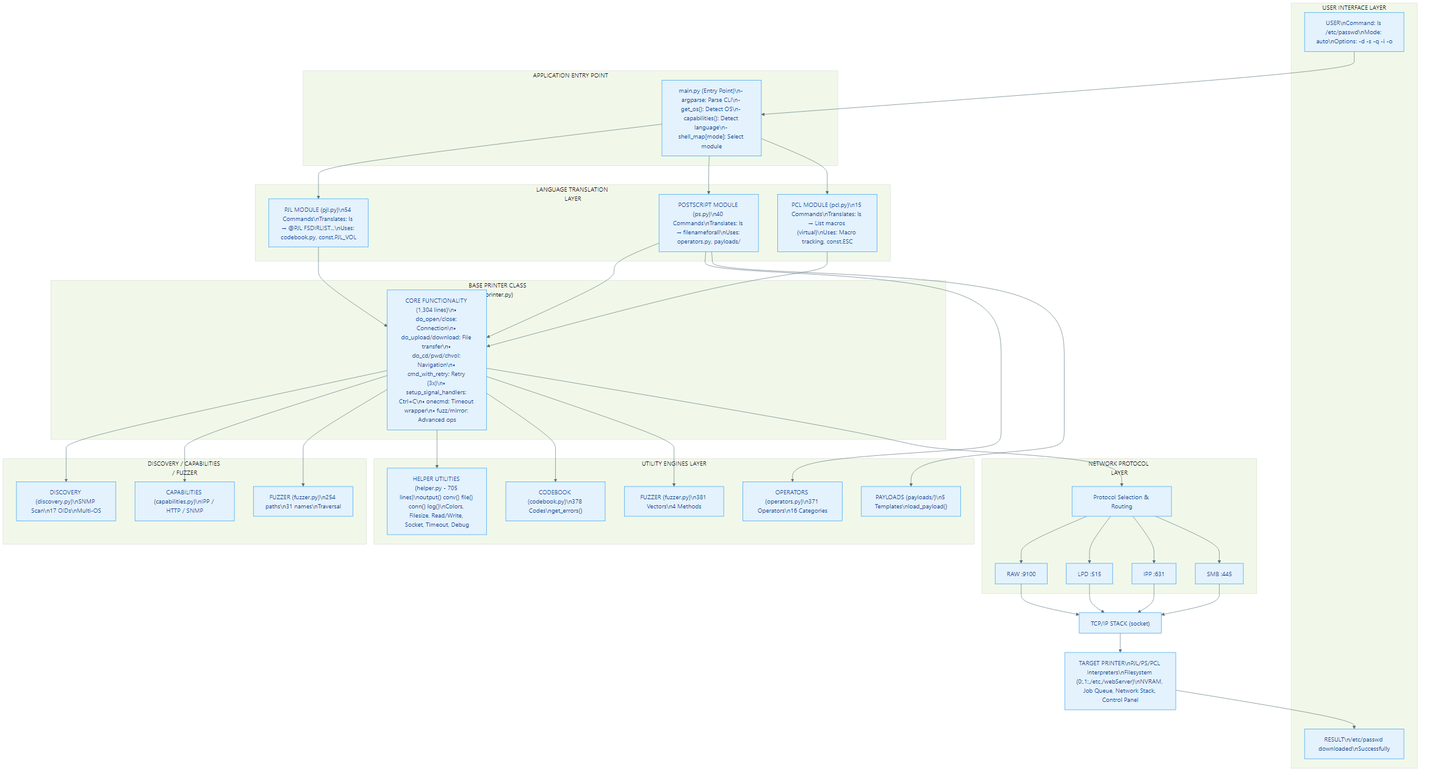
mrhenrike/PrinterXPL-Forge keeps this Mermaid diagram as diagrams/png/architecture_ascii_visual.png. Above is the earlier version. Its source is kept beside it as diagrams/architecture_ascii_visual.mmd.
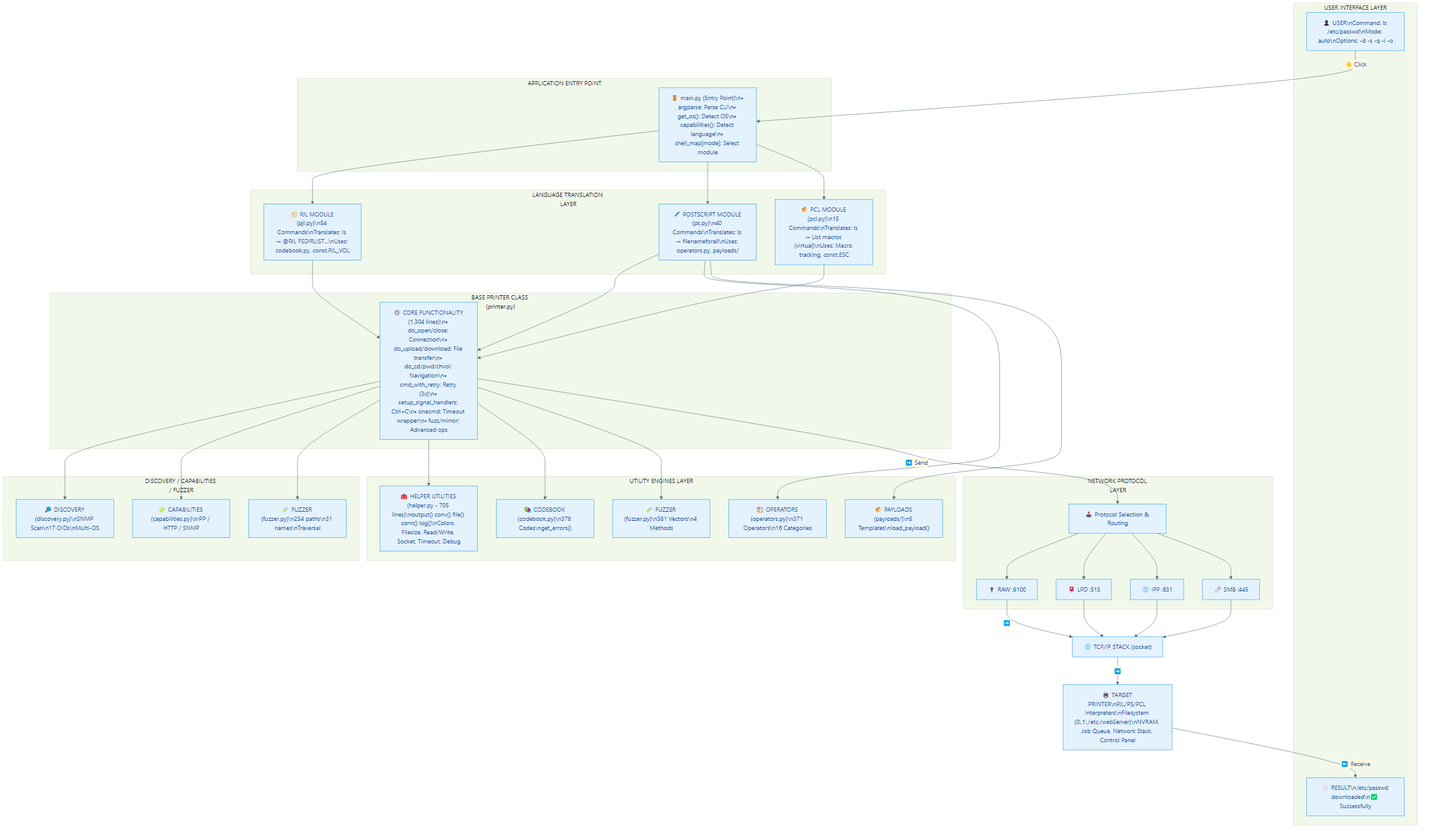
Later version of the same file.

Commit message:
docs(diagrams): add emojis and user-friendly labels (Click → Send → Receive) and regenerate all PNGs at scale=3

Change to the diagram source:
```diff
@@ -1,50 +1,50 @@
 flowchart TB
 
   subgraph UIL["USER INTERFACE LAYER"]
-    U["USER\nCommand: ls /etc/passwd\nMode: auto\nOptions: -d -s -q -i -o"]
-    RSLT["RESULT\n/etc/passwd downloaded\nSuccessfully"]
+  U["👤 USER\nCommand: ls /etc/passwd\nMode: auto\nOptions: -d -s -q -i -o"]
+  RSLT["📄 RESULT\n/etc/passwd downloaded\n✅ Successfully"]
   end
 
   subgraph EP["APPLICATION ENTRY POINT"]
-    MAIN["main.py (Entry Point)\n- argparse: Parse CLI\n- get_os(): Detect OS\n- capabilities(): Detect language\n- shell_map[mode]: Select module"]
+    MAIN["🚪 main.py (Entry Point)\n• argparse: Parse CLI\n• get_os(): Detect OS\n• capabilities(): Detect language\n• shell_map[mode]: Select module"]
   end
 
   subgraph LTL["LANGUAGE TRANSLATION LAYER"]
-    PJL["PJL MODULE (pjl.py)\n54 Commands\nTranslates: ls → @PJL FSDIRLIST...\nUses: codebook.py, const.PJL_VOL"]
-    PS["POSTSCRIPT MODULE (ps.py)\n40 Commands\nTranslates: ls → filenameforall\nUses: operators.py, payloads/"]
-    PCL["PCL MODULE (pcl.py)\n15 Commands\nTranslates: ls → List macros (virtual)\nUses: Macro tracking, const.ESC"]
+    PJL["🧭 PJL MODULE (pjl.py)\n54 Commands\nTranslates: ls → @PJL FSDIRLIST...\nUses: codebook.py, const.PJL_VOL"]
+    PS["🖋️ POSTSCRIPT MODULE (ps.py)\n40 Commands\nTranslates: ls → filenameforall\nUses: operators.py, payloads/"]
+    PCL["📦 PCL MODULE (pcl.py)\n15 Commands\nTranslates: ls → List macros (virtual)\nUses: Macro tracking, const.ESC"]
   end
 
   subgraph BPC["BASE PRINTER CLASS (printer.py)"]
-  CORE["CORE FUNCTIONALITY (1,304 lines)\n• do_open/close: Connection\n• do_upload/download: File transfer\n• do_cd/pwd/chvol: Navigation\n• cmd_with_retry: Retry (3x)\n• setup_signal_handlers: Ctrl+C\n• onecmd: Timeout wrapper\n• fuzz/mirror: Advanced ops"]
+    CORE["⚙️ CORE FUNCTIONALITY (1,304 lines)\n• do_open/close: Connection\n• do_upload/download: File transfer\n• do_cd/pwd/chvol: Navigation\n• cmd_with_retry: Retry (3x)\n• setup_signal_handlers: Ctrl+C\n• onecmd: Timeout wrapper\n• fuzz/mirror: Advanced ops"]
   end
 
   subgraph DCF["DISCOVERY / CAPABILITIES / FUZZER"]
-    DISC["DISCOVERY (discovery.py)\nSNMP Scan\n17 OIDs\nMulti-OS"]
-    CAP["CAPABILITIES (capabilities.py)\nIPP / HTTP / SNMP"]
-    FZZ["FUZZER (fuzzer.py)\n254 paths\n31 names\nTraversal"]
+    DISC["🔎 DISCOVERY (discovery.py)\nSNMP Scan\n17 OIDs\nMulti-OS"]
+    CAP["🧩 CAPABILITIES (capabilities.py)\nIPP / HTTP / SNMP"]
+    FZZ["🧪 FUZZER (fuzzer.py)\n254 paths\n31 names\nTraversal"]
   end
 
   subgraph UEL["UTILITY ENGINES LAYER"]
-    HLP["HELPER UTILITIES (helper.py - 705 lines)\noutput() conv() file() conn() log()\nColors, Filesize, Read/Write, Socket, Timeout, Debug"]
-    CBK["CODEBOOK (codebook.py)\n378 Codes\nget_errors()"]
-    OPS["OPERATORS (operators.py)\n371 Operators\n16 Categories"]
-    PAY["PAYLOADS (payloads/)\n5 Templates\nload_payload()"]
-    FZ2["FUZZER (fuzzer.py)\n381 Vectors\n4 Methods"]
+    HLP["🧰 HELPER UTILITIES (helper.py - 705 lines)\noutput() conv() file() conn() log()\nColors, Filesize, Read/Write, Socket, Timeout, Debug"]
+    CBK["📚 CODEBOOK (codebook.py)\n378 Codes\nget_errors()"]
+    OPS["🧮 OPERATORS (operators.py)\n371 Operators\n16 Categories"]
+    PAY["📦 PAYLOADS (payloads/)\n5 Templates\nload_payload()"]
+    FZ2["🧪 FUZZER (fuzzer.py)\n381 Vectors\n4 Methods"]
   end
 
   subgraph NPL["NETWORK PROTOCOL LAYER"]
-    ROUTE["Protocol Selection & Routing"]
-    RAW["RAW :9100"]
-    LPD["LPD :515"]
-    IPP["IPP :631"]
-    SMB["SMB :445"]
+    ROUTE["🕹️ Protocol Selection & Routing"]
+    RAW["🔌 RAW :9100"]
+    LPD["📮 LPD :515"]
+    IPP["🌐 IPP :631"]
+    SMB["🧷 SMB :445"]
   end
 
-  TCP["TCP/IP STACK (socket)"]
-  PRN["TARGET PRINTER\nPJL/PS/PCL Interpreters\nFilesystem (0:,1:,/etc,/webServer)\nNVRAM, Job Queue, Network Stack, Control Panel"]
+  TCP["🌐 TCP/IP STACK (socket)"]
+  PRN["🖨️ TARGET PRINTER\nPJL/PS/PCL Interpreters\nFilesystem (0:,1:,/etc,/webServer)\nNVRAM, Job Queue, Network Stack, Control Panel"]
 
-  U --> MAIN
+  U -->|👆 Click| MAIN
   MAIN --> PJL
   MAIN --> PS
   MAIN --> PCL
@@ -59,13 +59,13 @@
   CORE --> FZ2
   PS --> OPS
   PS --> PAY
-  CORE --> ROUTE
+  CORE -->|➡️ Send| ROUTE
   ROUTE --> RAW
   ROUTE --> LPD
   ROUTE --> IPP
   ROUTE --> SMB
-  RAW --> TCP --> PRN
+  RAW -->|➡️| TCP -->|➡️| PRN
   LPD --> TCP
   IPP --> TCP
   SMB --> TCP
-  PRN --> RSLT
+  PRN -->|⬅️ Receive| RSLT
```
